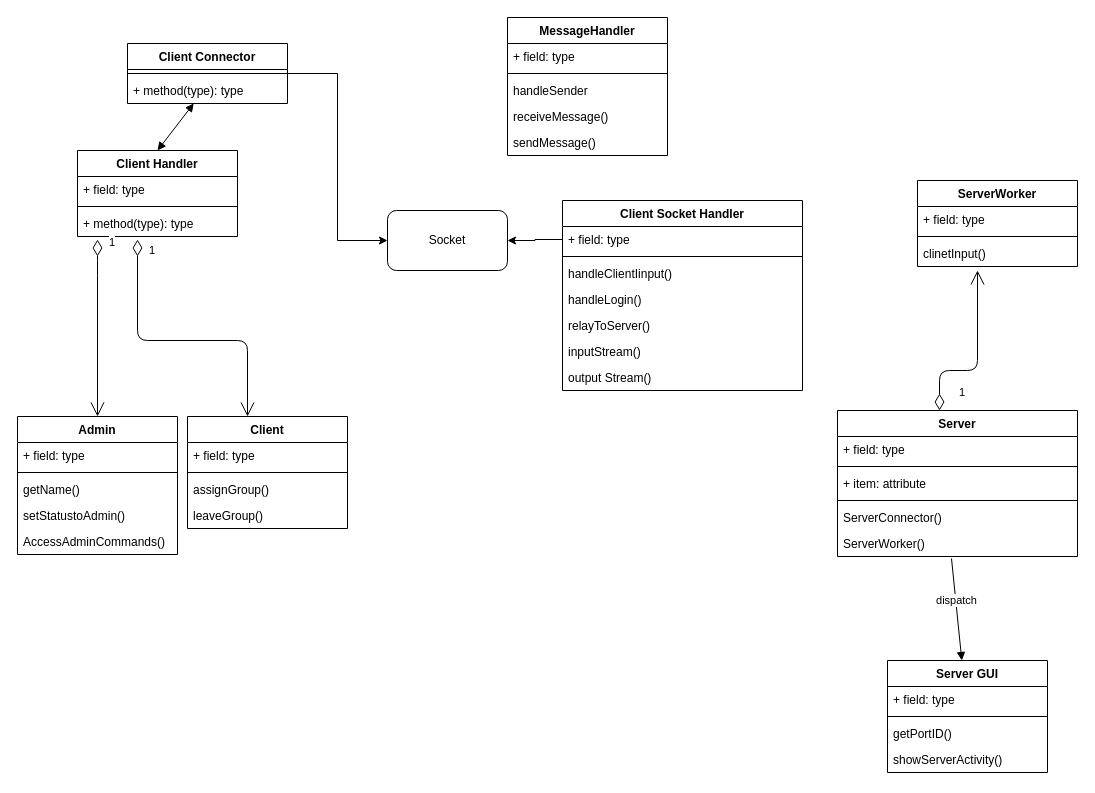
Before: Untitled Diagram.drawio in aniket32/Chat-Server-Client-Application, a draw.io diagram. Source tidied: cells renumbered, new cells numbered last; positions are measured from the earlier drawing's top-left corner, leaving out a move shared by most shapes. Both pictures are drawn from the tidied source at 100%, with x=0, y=0 at pixel (17, 17).
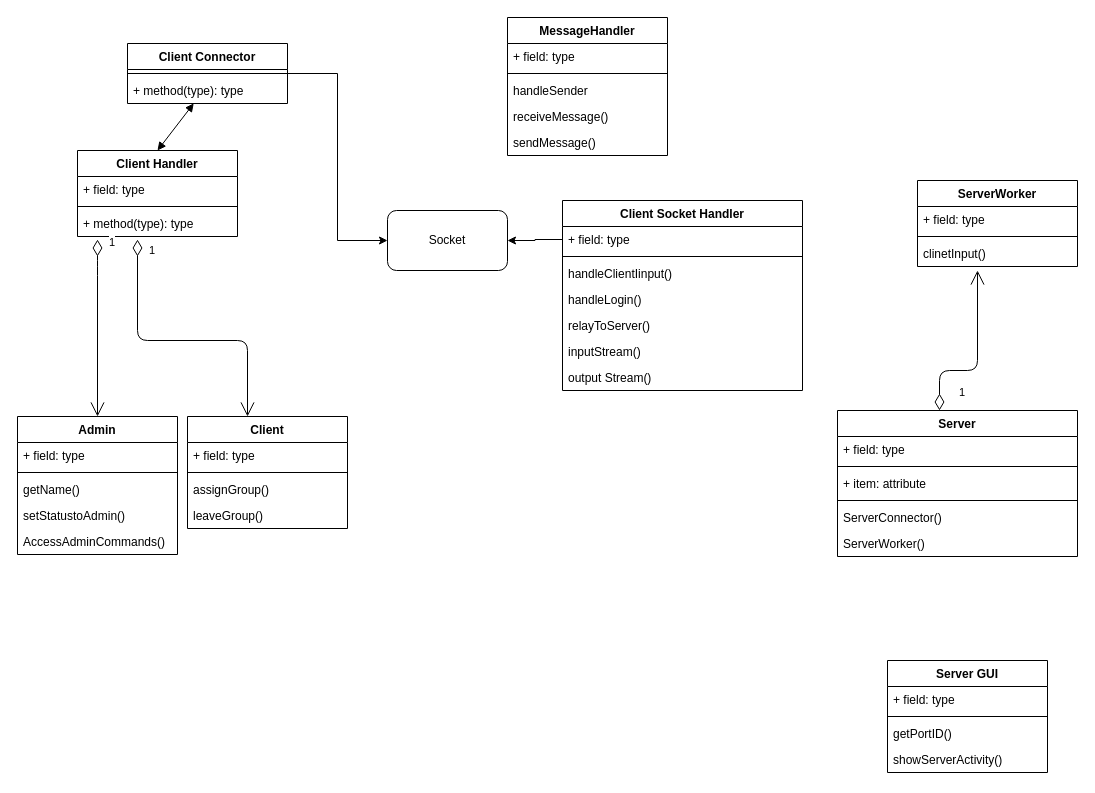
Above is the later version.

Unchanged cells that the change refers to:
```xml
<mxCell id="8" value="ServerWorker()&#10;&#10;" style="text;strokeColor=none;fillColor=none;align=left;verticalAlign=top;spacingLeft=4;spacingRight=4;overflow=hidden;points=[[0,0.5],[1,0.5]];portConstraint=eastwest;" parent="2" vertex="1">
  <mxGeometry y="120" width="240" height="26" as="geometry" />
</mxCell>
<mxCell id="52" value="Server GUI" style="swimlane;fontStyle=1;align=center;verticalAlign=top;horizontal=1;startSize=26;" parent="1" vertex="1">
  <mxGeometry x="870" y="643" width="160" height="112" as="geometry" />
</mxCell>
```

The edit, as a diff of the source:
```diff
@@
-    <mxCell id="57" value="dispatch" style="html=1;verticalAlign=bottom;endArrow=block;exitX=0.475;exitY=1.077;exitDx=0;exitDy=0;exitPerimeter=0;" parent="1" edge="1" source="8" target="52">
-      <mxGeometry relative="1" as="geometry" />
-    </mxCell>
```
